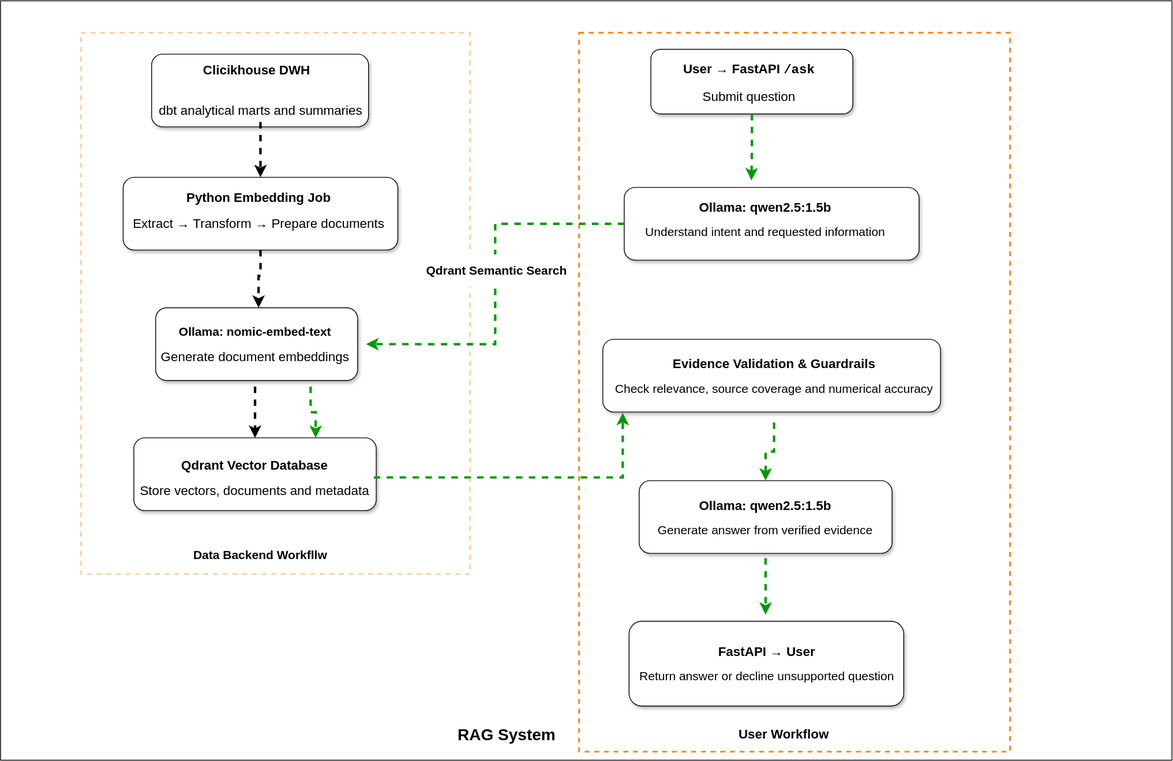
Above: images/Citibike RAG System Architecture.svg in mfonekpo/citibike (draw.io), before the change. Source tidied: cells renumbered, new cells last; positions are measured from the earlier drawing's top-left corner, leaving out a move shared by most shapes.
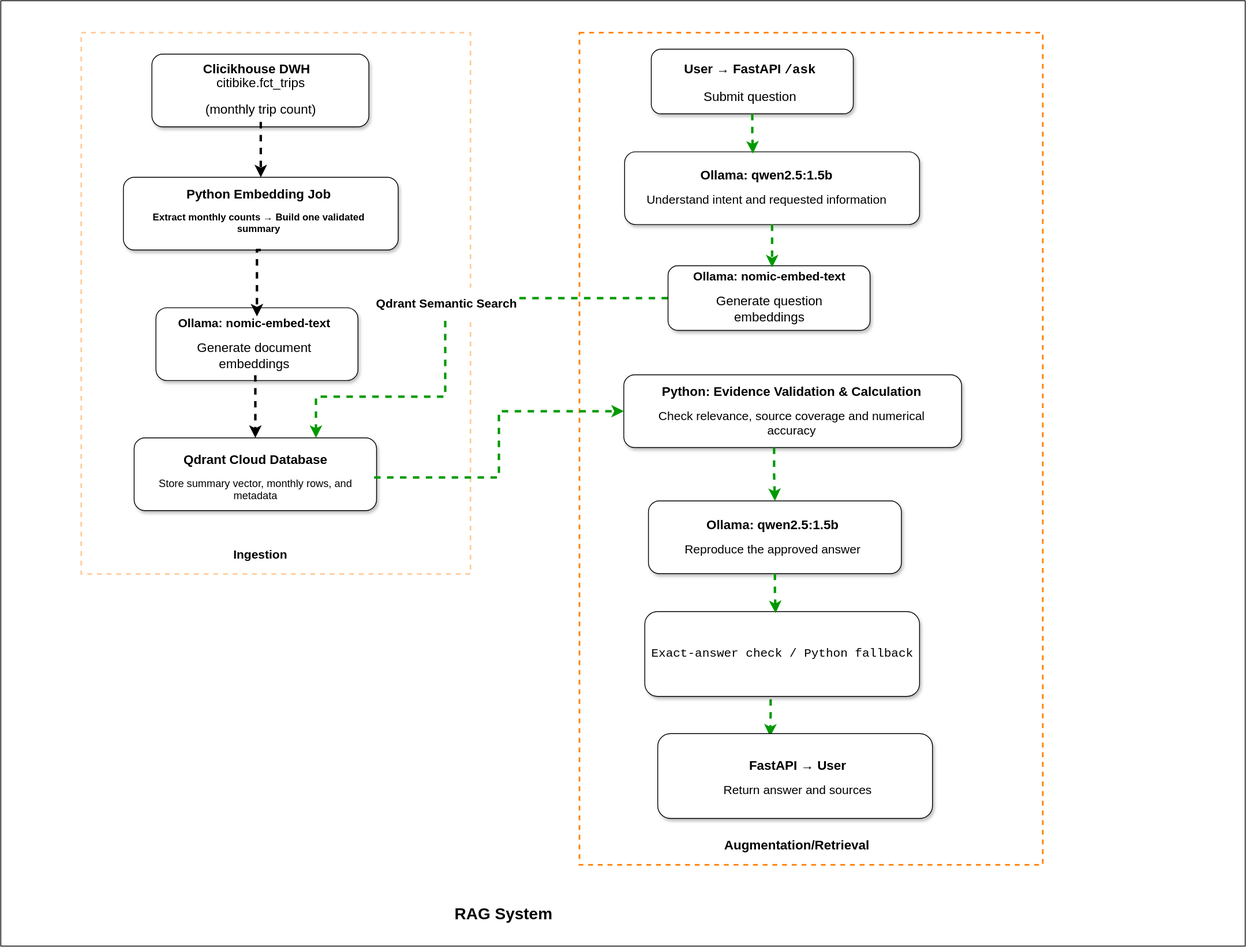
The same file after the commit.

Commit message:
update: made adjustments to RAG architectural diagram

What changed in the source:
```diff
@@ -3,13 +3,13 @@
     <mxCell id="0" />
     <mxCell id="1" parent="0" />
     <mxCell id="2" style="rounded=0;whiteSpace=wrap;html=1;" parent="1" vertex="1">
-      <mxGeometry width="1450" height="940" as="geometry" />
+      <mxGeometry width="1540" height="1170" as="geometry" />
     </mxCell>
     <mxCell id="3" style="rounded=0;whiteSpace=wrap;html=1;dashed=1;strokeWidth=2;strokeColor=#FF8000;" parent="1" vertex="1">
-      <mxGeometry x="716.6" y="40" width="533.4" height="890" as="geometry" />
+      <mxGeometry x="716.6" y="40" width="573.4" height="1030" as="geometry" />
     </mxCell>
     <mxCell id="4" style="rounded=1;whiteSpace=wrap;html=1;shadow=1;" parent="1" vertex="1">
-      <mxGeometry x="745.5" y="419" width="418" height="90" as="geometry" />
+      <mxGeometry x="771" y="463" width="418" height="90" as="geometry" />
     </mxCell>
     <mxCell id="5" style="rounded=0;whiteSpace=wrap;html=1;dashed=1;strokeWidth=2;strokeColor=#FFCC99;" parent="1" vertex="1">
       <mxGeometry x="100" y="40" width="481.8" height="670" as="geometry" />
@@ -28,31 +28,32 @@
         </Array>
       </mxGeometry>
     </mxCell>
-    <mxCell id="9" value="&lt;div&gt;&lt;p&gt;&lt;font style=&quot;font-size: 16px;&quot;&gt;dbt analytical marts and summaries&lt;/font&gt;&lt;/p&gt;&lt;/div&gt;&lt;div&gt;&lt;p&gt;&lt;/p&gt;&lt;/div&gt;" style="text;html=1;whiteSpace=wrap;strokeColor=none;fillColor=none;align=center;verticalAlign=middle;rounded=0;fontSize=14;" parent="1" vertex="1">
+    <mxCell id="9" value="&lt;div&gt;&lt;p&gt;&lt;font style=&quot;font-size: 16px;&quot;&gt;citibike.fct_trips&lt;/font&gt;&lt;/p&gt;&lt;p&gt;&lt;font style=&quot;font-size: 16px;&quot;&gt;(monthly trip count)&lt;/font&gt;&lt;/p&gt;&lt;p&gt;&lt;font style=&quot;font-size: 16px;&quot;&gt;&lt;br&gt;&lt;/font&gt;&lt;/p&gt;&lt;/div&gt;&lt;div&gt;&lt;p&gt;&lt;/p&gt;&lt;/div&gt;" style="text;html=1;whiteSpace=wrap;strokeColor=none;fillColor=none;align=center;verticalAlign=middle;rounded=0;fontSize=14;" parent="1" vertex="1">
       <mxGeometry x="187.5" y="120" width="268.5" height="30" as="geometry" />
     </mxCell>
     <mxCell id="10" style="rounded=1;whiteSpace=wrap;html=1;shadow=1;" parent="1" vertex="1">
       <mxGeometry x="151.8" y="218.5" width="340" height="90" as="geometry" />
     </mxCell>
-    <mxCell id="11" value="&lt;p&gt;&lt;b&gt;&lt;font style=&quot;font-size: 16px;&quot;&gt;Python Embedding Job&lt;/font&gt;&lt;/b&gt;&lt;/p&gt;&lt;p&gt;&lt;font style=&quot;font-size: 16px;&quot;&gt;Extract → Transform → Prepare documents&lt;/font&gt;&lt;/p&gt;" style="text;html=1;whiteSpace=wrap;strokeColor=none;fillColor=none;align=center;verticalAlign=middle;rounded=0;" parent="1" vertex="1">
+    <mxCell id="11" value="&lt;p&gt;&lt;b&gt;&lt;font style=&quot;font-size: 16px;&quot;&gt;Python Embedding Job&lt;/font&gt;&lt;/b&gt;&lt;/p&gt;&lt;p&gt;&lt;/p&gt;&lt;p&gt;&lt;/p&gt;&lt;p&gt;&lt;/p&gt;&lt;p&gt;&lt;strong&gt;&lt;span&gt;Extract monthly counts → Build one validated summary&lt;/span&gt;&lt;/strong&gt;&lt;/p&gt;" style="text;html=1;whiteSpace=wrap;strokeColor=none;fillColor=none;align=center;verticalAlign=middle;rounded=0;" parent="1" vertex="1">
       <mxGeometry x="159.8" y="229.5" width="320" height="60" as="geometry" />
     </mxCell>
     <mxCell id="12" style="rounded=1;whiteSpace=wrap;html=1;shadow=1;" parent="1" vertex="1">
       <mxGeometry x="192" y="380" width="250" height="90" as="geometry" />
     </mxCell>
     <mxCell id="13" style="edgeStyle=orthogonalEdgeStyle;rounded=0;jettySize=auto;html=1;exitX=0.5;exitY=1;exitDx=0;exitDy=0;entryX=0.5;entryY=0;entryDx=0;entryDy=0;flowAnimation=1;strokeWidth=3;" parent="1" edge="1" source="15" target="16">
-      <mxGeometry relative="1" as="geometry" />
+      <mxGeometry relative="1" as="geometry">
+        <Array as="points">
+          <mxPoint x="315" y="465.1" />
+        </Array>
+      </mxGeometry>
     </mxCell>
-    <mxCell id="14" style="edgeStyle=orthogonalEdgeStyle;rounded=0;jettySize=auto;html=1;exitX=0.75;exitY=1;exitDx=0;exitDy=0;entryX=0.75;entryY=0;entryDx=0;entryDy=0;strokeWidth=3;flowAnimation=1;strokeColor=#009900;" parent="1" edge="1" source="15" target="16">
-      <mxGeometry relative="1" as="geometry" />
-    </mxCell>
     <mxCell id="15" value="&lt;p&gt;&lt;font style=&quot;font-size: 15px;&quot;&gt;&lt;b&gt;Ollama: nomic-embed-text&lt;/b&gt;&lt;/font&gt;&lt;/p&gt;&lt;p&gt;&lt;font style=&quot;font-size: 16px;&quot;&gt;Generate document embeddings&lt;/font&gt;&lt;/p&gt;" style="text;html=1;whiteSpace=wrap;strokeColor=none;fillColor=none;align=center;verticalAlign=middle;rounded=0;" parent="1" vertex="1">
-      <mxGeometry x="177.5" y="372.5" width="275" height="105" as="geometry" />
+      <mxGeometry x="200" y="385" width="226.8" height="80" as="geometry" />
     </mxCell>
     <mxCell id="16" style="rounded=1;whiteSpace=wrap;html=1;shadow=1;" parent="1" vertex="1">
       <mxGeometry x="165" y="541" width="300" height="90" as="geometry" />
     </mxCell>
-    <mxCell id="17" value="&lt;p&gt;&lt;font style=&quot;font-size: 16px;&quot;&gt;&lt;b style=&quot;&quot;&gt;Qdrant Vector Database&lt;/b&gt;&lt;/font&gt;&lt;/p&gt;&lt;p&gt;&lt;font style=&quot;font-size: 16px;&quot;&gt;Store vectors, documents and metadata&lt;/font&gt;&lt;/p&gt;" style="text;html=1;whiteSpace=wrap;strokeColor=none;fillColor=none;align=center;verticalAlign=middle;rounded=0;" parent="1" vertex="1">
+    <mxCell id="17" value="&lt;p&gt;&lt;font style=&quot;font-size: 16px;&quot;&gt;&lt;b style=&quot;&quot;&gt;Qdrant Cloud Database&lt;/b&gt;&lt;/font&gt;&lt;/p&gt;&lt;p&gt;&lt;/p&gt;&lt;p&gt;&lt;/p&gt;&lt;p&gt;&lt;/p&gt;&lt;p&gt;&lt;span&gt;&lt;font style=&quot;font-size: 13px;&quot;&gt;Store summary vector, monthly rows, and metadata&lt;/font&gt;&lt;/span&gt;&lt;/p&gt;" style="text;html=1;whiteSpace=wrap;strokeColor=none;fillColor=none;align=center;verticalAlign=middle;rounded=0;" parent="1" vertex="1">
       <mxGeometry x="168" y="560" width="294" height="60" as="geometry" />
     </mxCell>
     <mxCell id="18" style="rounded=1;whiteSpace=wrap;html=1;shadow=1;" parent="1" vertex="1">
@@ -62,58 +63,80 @@
       <mxGeometry x="817" y="76.5" width="220" height="50" as="geometry" />
     </mxCell>
     <mxCell id="20" style="rounded=1;whiteSpace=wrap;html=1;shadow=1;" parent="1" vertex="1">
-      <mxGeometry x="772" y="231" width="365" height="90" as="geometry" />
+      <mxGeometry x="772" y="187" width="365" height="90" as="geometry" />
     </mxCell>
     <mxCell id="21" value="&lt;p&gt;&lt;b&gt;&lt;font style=&quot;font-size: 16px;&quot;&gt;Ollama: qwen2.5:1.5b&lt;/font&gt;&lt;/b&gt;&lt;/p&gt;&lt;p&gt;&lt;font style=&quot;font-size: 15px;&quot;&gt;Understand intent and requested information&lt;/font&gt;&lt;/p&gt;" style="text;html=1;whiteSpace=wrap;strokeColor=none;fillColor=none;align=center;verticalAlign=middle;rounded=0;" parent="1" vertex="1">
-      <mxGeometry x="782" y="218" width="330" height="105" as="geometry" />
+      <mxGeometry x="791.5" y="195.5" width="313" height="70" as="geometry" />
     </mxCell>
-    <mxCell id="22" style="edgeStyle=orthogonalEdgeStyle;rounded=0;jettySize=auto;html=1;exitX=0.5;exitY=1;exitDx=0;exitDy=0;entryX=0.5;entryY=0;entryDx=0;entryDy=0;flowAnimation=1;strokeWidth=3;strokeColor=#009900;" parent="1" edge="1" source="23" target="24">
+    <mxCell id="22" style="edgeStyle=orthogonalEdgeStyle;rounded=0;jettySize=auto;html=1;entryX=0.5;entryY=0;entryDx=0;entryDy=0;flowAnimation=1;strokeWidth=3;strokeColor=#009900;exitX=0.445;exitY=0.999;exitDx=0;exitDy=0;exitPerimeter=0;" parent="1" edge="1" source="4" target="24">
       <mxGeometry relative="1" as="geometry" />
     </mxCell>
-    <mxCell id="23" value="&lt;p&gt;&lt;b&gt;&lt;font style=&quot;font-size: 16px;&quot;&gt;Evidence Validation &amp;amp; Guardrails&lt;/font&gt;&lt;/b&gt;&lt;/p&gt;&lt;p&gt;&lt;font style=&quot;font-size: 15px;&quot;&gt;Check relevance, source coverage and numerical accuracy&lt;/font&gt;&lt;/p&gt;" style="text;html=1;whiteSpace=wrap;strokeColor=none;fillColor=none;align=center;verticalAlign=middle;rounded=0;shadow=0;" parent="1" vertex="1">
-      <mxGeometry x="745.5" y="406" width="424" height="116" as="geometry" />
+    <mxCell id="23" value="&lt;strong&gt;&lt;font style=&quot;font-size: 16px;&quot;&gt;Python: Evidence Validation &amp;amp; Calculation&lt;/font&gt;&lt;/strong&gt;&lt;br&gt;&lt;p&gt;&lt;span style=&quot;font-size: 15px; background-color: transparent; color: light-dark(rgb(0, 0, 0), rgb(255, 255, 255));&quot;&gt;Check relevance, source coverage and numerical accuracy&lt;/span&gt;&lt;/p&gt;" style="text;html=1;whiteSpace=wrap;strokeColor=none;fillColor=none;align=center;verticalAlign=middle;rounded=0;shadow=0;" parent="1" vertex="1">
+      <mxGeometry x="791.5" y="484" width="374.5" height="60" as="geometry" />
     </mxCell>
     <mxCell id="24" style="rounded=1;whiteSpace=wrap;html=1;shadow=1;" parent="1" vertex="1">
-      <mxGeometry x="790.5" y="594" width="313" height="90" as="geometry" />
+      <mxGeometry x="801.5" y="619" width="313" height="90" as="geometry" />
     </mxCell>
-    <mxCell id="25" style="edgeStyle=orthogonalEdgeStyle;rounded=0;orthogonalLoop=1;jettySize=auto;html=1;flowAnimation=1;strokeWidth=3;strokeColor=#009900;" parent="1" edge="1">
-      <mxGeometry relative="1" as="geometry">
-        <mxPoint x="947" y="690" as="sourcePoint" />
-        <mxPoint x="947" y="760" as="targetPoint" />
-      </mxGeometry>
+    <mxCell id="25" style="edgeStyle=orthogonalEdgeStyle;rounded=0;jettySize=auto;html=1;flowAnimation=1;strokeWidth=3;strokeColor=#009900;entryX=0.409;entryY=0.034;entryDx=0;entryDy=0;entryPerimeter=0;exitX=0.458;exitY=1.033;exitDx=0;exitDy=0;exitPerimeter=0;" parent="1" edge="1" source="39" target="27">
+      <mxGeometry relative="1" as="geometry" />
     </mxCell>
-    <mxCell id="26" value="&lt;p&gt;&lt;font style=&quot;font-size: 16px;&quot;&gt;&lt;b&gt;Ollama: qwen2.5:1.5b&lt;/b&gt;&lt;/font&gt;&lt;/p&gt;&lt;p&gt;&lt;font style=&quot;font-size: 15px;&quot;&gt;Generate answer from verified evidence&lt;/font&gt;&lt;/p&gt;" style="text;html=1;whiteSpace=wrap;strokeColor=none;fillColor=none;align=center;verticalAlign=middle;rounded=0;shadow=0;" parent="1" vertex="1">
-      <mxGeometry x="787" y="594" width="320" height="90" as="geometry" />
+    <mxCell id="26" value="&lt;p&gt;&lt;font style=&quot;font-size: 16px;&quot;&gt;&lt;b&gt;Ollama: qwen2.5:1.5b&lt;/b&gt;&lt;/font&gt;&lt;/p&gt;&lt;p&gt;&lt;/p&gt;&lt;p&gt;&lt;/p&gt;&lt;p&gt;&lt;/p&gt;&lt;p&gt;&lt;span&gt;&lt;font style=&quot;font-size: 15px;&quot;&gt;Reproduce the approved answer&lt;/font&gt;&lt;/span&gt;&lt;/p&gt;" style="text;html=1;whiteSpace=wrap;strokeColor=none;fillColor=none;align=center;verticalAlign=middle;rounded=0;shadow=0;" parent="1" vertex="1">
+      <mxGeometry x="808" y="629" width="294" height="70" as="geometry" />
     </mxCell>
     <mxCell id="27" style="rounded=1;whiteSpace=wrap;html=1;shadow=1;" parent="1" vertex="1">
-      <mxGeometry x="778" y="768" width="340" height="105" as="geometry" />
+      <mxGeometry x="813" y="907" width="340" height="105" as="geometry" />
     </mxCell>
-    <mxCell id="28" value="&lt;p&gt;&lt;font style=&quot;font-size: 16px;&quot;&gt;&lt;b&gt;FastAPI → User&lt;/b&gt;&lt;/font&gt;&lt;/p&gt;&lt;p&gt;&lt;font style=&quot;font-size: 15px;&quot;&gt;Return answer or decline unsupported question&lt;/font&gt;&lt;/p&gt;" style="text;html=1;whiteSpace=wrap;strokeColor=none;fillColor=none;align=center;verticalAlign=middle;rounded=0;" parent="1" vertex="1">
-      <mxGeometry x="789" y="768" width="320" height="105" as="geometry" />
+    <mxCell id="28" value="&lt;p&gt;&lt;font style=&quot;font-size: 16px;&quot;&gt;&lt;b&gt;FastAPI → User&lt;/b&gt;&lt;/font&gt;&lt;/p&gt;&lt;p&gt;&lt;font style=&quot;font-size: 15px;&quot;&gt;Return answer and sources&lt;/font&gt;&lt;/p&gt;" style="text;html=1;whiteSpace=wrap;strokeColor=none;fillColor=none;align=center;verticalAlign=middle;rounded=0;" parent="1" vertex="1">
+      <mxGeometry x="826" y="917" width="320" height="90" as="geometry" />
     </mxCell>
     <mxCell id="29" style="edgeStyle=orthogonalEdgeStyle;rounded=0;jettySize=auto;html=1;exitX=0.5;exitY=1;exitDx=0;exitDy=0;entryX=0.516;entryY=0.071;entryDx=0;entryDy=0;entryPerimeter=0;flowAnimation=1;strokeWidth=3;" parent="1" edge="1" source="10" target="15">
-      <mxGeometry relative="1" as="geometry" />
+      <mxGeometry relative="1" as="geometry">
+        <Array as="points">
+          <mxPoint x="317" y="308.5" />
+        </Array>
+      </mxGeometry>
     </mxCell>
-    <mxCell id="30" style="edgeStyle=orthogonalEdgeStyle;rounded=0;jettySize=auto;html=1;entryX=0.447;entryY=0.041;entryDx=0;entryDy=0;entryPerimeter=0;flowAnimation=1;strokeWidth=3;strokeColor=#009900;" parent="1" edge="1" source="18" target="21">
-      <mxGeometry relative="1" as="geometry" />
-    </mxCell>
-    <mxCell id="31" style="edgeStyle=orthogonalEdgeStyle;rounded=0;jettySize=auto;html=1;exitX=0;exitY=0.5;exitDx=0;exitDy=0;flowAnimation=1;strokeWidth=3;entryX=1;entryY=0.5;entryDx=0;entryDy=0;strokeColor=#009900;" parent="1" edge="1" source="20" target="15">
-      <mxGeometry relative="1" as="geometry" />
+    <mxCell id="31" style="edgeStyle=orthogonalEdgeStyle;rounded=0;jettySize=auto;html=1;exitX=0;exitY=0.5;exitDx=0;exitDy=0;flowAnimation=1;strokeWidth=3;entryX=0.75;entryY=0;entryDx=0;entryDy=0;strokeColor=#009900;" parent="1" edge="1" source="37" target="16">
+      <mxGeometry relative="1" as="geometry">
+        <Array as="points">
+          <mxPoint x="550.1" y="368" />
+          <mxPoint x="550.1" y="490" />
+          <mxPoint x="390.1" y="490" />
+        </Array>
+      </mxGeometry>
     </mxCell>
     <mxCell id="32" value="&lt;p&gt;&lt;b&gt;&lt;font style=&quot;font-size: 15px;&quot;&gt;Qdrant Semantic Search&lt;/font&gt;&lt;/b&gt;&lt;/p&gt;&lt;p&gt;&lt;/p&gt;" style="edgeLabel;html=1;align=center;verticalAlign=middle;" parent="31" vertex="1">
       <mxGeometry x="-0.08" y="1" relative="1" as="geometry" />
     </mxCell>
-    <mxCell id="33" style="edgeStyle=orthogonalEdgeStyle;rounded=0;jettySize=auto;html=1;entryX=0.059;entryY=1.011;entryDx=0;entryDy=0;entryPerimeter=0;strokeWidth=3;flowAnimation=1;strokeColor=#009900;" parent="1" edge="1" source="17" target="4">
+    <mxCell id="33" style="edgeStyle=orthogonalEdgeStyle;rounded=0;jettySize=auto;html=1;entryX=0;entryY=0.5;entryDx=0;entryDy=0;strokeWidth=3;flowAnimation=1;strokeColor=#009900;" parent="1" edge="1" source="17" target="4">
       <mxGeometry relative="1" as="geometry" />
     </mxCell>
     <mxCell id="34" value="&lt;b&gt;&lt;font style=&quot;font-size: 20px;&quot;&gt;RAG System&lt;/font&gt;&lt;/b&gt;" style="text;html=1;whiteSpace=wrap;strokeColor=none;fillColor=none;align=center;verticalAlign=middle;rounded=0;" parent="1" vertex="1">
-      <mxGeometry x="452" y="877" width="350" height="60" as="geometry" />
+      <mxGeometry x="447" y="1100" width="350" height="60" as="geometry" />
     </mxCell>
-    <mxCell id="35" value="&lt;b&gt;&lt;font style=&quot;font-size: 16px;&quot;&gt;User Workflow&lt;/font&gt;&lt;/b&gt;" style="text;html=1;whiteSpace=wrap;strokeColor=none;fillColor=none;align=center;verticalAlign=middle;rounded=0;" parent="1" vertex="1">
-      <mxGeometry x="885" y="902" width="170" height="10" as="geometry" />
+    <mxCell id="35" value="&lt;b&gt;&lt;font style=&quot;font-size: 16px;&quot;&gt;Augmentation/Retrieval&lt;/font&gt;&lt;/b&gt;" style="text;html=1;whiteSpace=wrap;strokeColor=none;fillColor=none;align=center;verticalAlign=middle;rounded=0;" parent="1" vertex="1">
+      <mxGeometry x="900" y="1040" width="170" height="10" as="geometry" />
     </mxCell>
-    <mxCell id="36" value="&lt;b&gt;&lt;font style=&quot;font-size: 15px;&quot;&gt;Data Backend Workfllw&lt;/font&gt;&lt;/b&gt;" style="text;html=1;whiteSpace=wrap;strokeColor=none;fillColor=none;align=center;verticalAlign=middle;rounded=0;" parent="1" vertex="1">
+    <mxCell id="36" value="&lt;b&gt;&lt;font style=&quot;font-size: 15px;&quot;&gt;Ingestion&lt;/font&gt;&lt;/b&gt;" style="text;html=1;whiteSpace=wrap;strokeColor=none;fillColor=none;align=center;verticalAlign=middle;rounded=0;" parent="1" vertex="1">
       <mxGeometry x="236.8" y="660" width="170" height="50" as="geometry" />
     </mxCell>
+    <mxCell id="37" style="rounded=1;whiteSpace=wrap;html=1;shadow=1;" parent="1" vertex="1">
+      <mxGeometry x="825.8" y="328" width="250" height="80" as="geometry" />
+    </mxCell>
+    <mxCell id="38" value="&lt;p&gt;&lt;font style=&quot;font-size: 15px;&quot;&gt;&lt;b&gt;Ollama: nomic-embed-text&lt;/b&gt;&lt;/font&gt;&lt;/p&gt;&lt;p&gt;&lt;font style=&quot;font-size: 16px;&quot;&gt;Generate question embeddings&lt;/font&gt;&lt;/p&gt;" style="text;html=1;whiteSpace=wrap;strokeColor=none;fillColor=none;align=center;verticalAlign=middle;rounded=0;" parent="1" vertex="1">
+      <mxGeometry x="841" y="337" width="220" height="60" as="geometry" />
+    </mxCell>
+    <mxCell id="39" value="&lt;pre dir=&quot;ltr&quot;&gt;&lt;code&gt;&lt;font style=&quot;font-size: 15px;&quot;&gt;Exact-answer check / Python fallback&lt;/font&gt;&lt;br/&gt;&lt;/code&gt;&lt;/pre&gt;" style="rounded=1;whiteSpace=wrap;html=1;shadow=1;" parent="1" vertex="1">
+      <mxGeometry x="797" y="756" width="340" height="105" as="geometry" />
+    </mxCell>
+    <mxCell id="40" style="edgeStyle=orthogonalEdgeStyle;rounded=0;jettySize=auto;html=1;exitX=0.5;exitY=1;exitDx=0;exitDy=0;entryX=0.476;entryY=0.018;entryDx=0;entryDy=0;entryPerimeter=0;fontStyle=1;flowAnimation=1;strokeColor=#009900;strokeWidth=3;" parent="1" edge="1" source="24" target="39">
+      <mxGeometry relative="1" as="geometry" />
+    </mxCell>
+    <mxCell id="41" style="edgeStyle=orthogonalEdgeStyle;rounded=0;jettySize=auto;html=1;exitX=0.5;exitY=1;exitDx=0;exitDy=0;entryX=0.435;entryY=0.024;entryDx=0;entryDy=0;entryPerimeter=0;strokeWidth=3;flowAnimation=1;strokeColor=#009900;" parent="1" edge="1" source="18" target="20">
+      <mxGeometry relative="1" as="geometry" />
+    </mxCell>
+    <mxCell id="42" style="edgeStyle=orthogonalEdgeStyle;rounded=0;jettySize=auto;html=1;exitX=0.5;exitY=1;exitDx=0;exitDy=0;entryX=0.516;entryY=-0.117;entryDx=0;entryDy=0;entryPerimeter=0;strokeColor=#009900;strokeWidth=3;flowAnimation=1;" parent="1" edge="1" source="20" target="38">
+      <mxGeometry relative="1" as="geometry" />
+    </mxCell>
   </root>
 </mxGraphModel>
```
